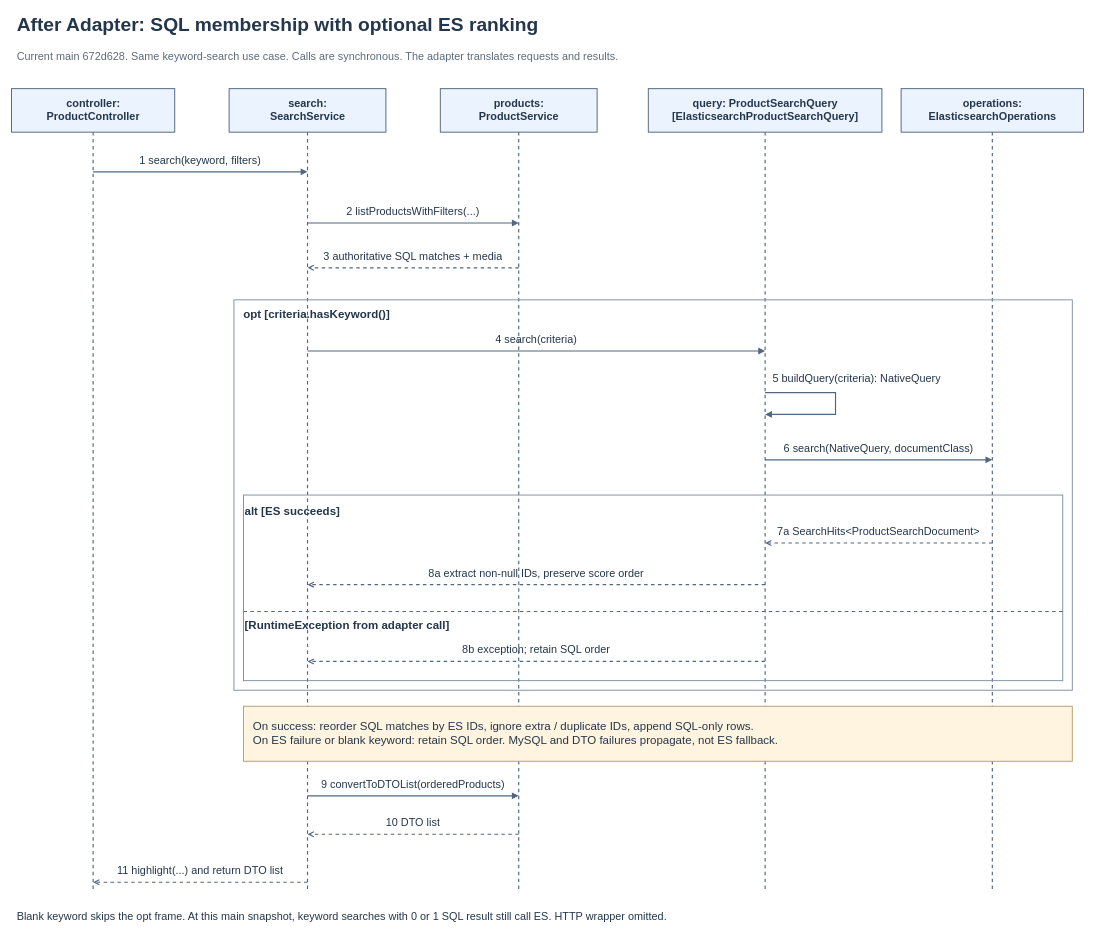
The draw.io diagram docs/design-patterns/diagrams/m2-adapter/04-after-sequence.drawio in NUS-SE-34FT-GROUP4/c2cTradePlatform, before the edit. Source tidied: cells renumbered, new cells numbered last; positions are measured from the earlier drawing's top-left corner, leaving out a move shared by most shapes. Both pictures are drawn from the tidied source at 64%, with x=0, y=0 at pixel (12, 11).
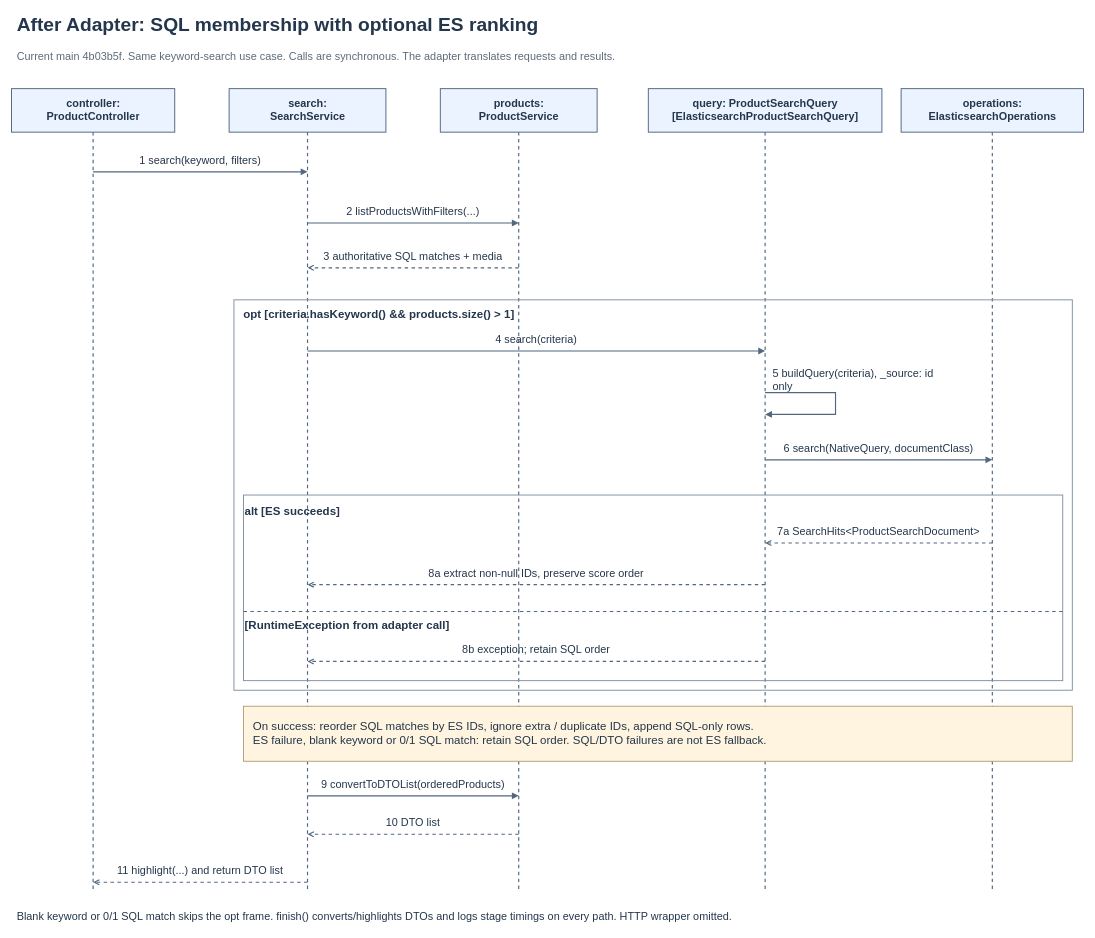
The same page after the edit.

Change to the diagram source:
```diff
@@
-    <mxCell id="3" value="Current main 672d628. Same keyword-search use case. Calls are synchronous. The adapter translates requests and results." style="text;html=0;whiteSpace=wrap;overflow=hidden;align=left;verticalAlign=middle;fontFamily=Arial;fontSize=17;fontStyle=0;fontColor=#5C6B7A;spacing=0;" parent="1" vertex="1">
+    <mxCell id="3" value="Current main 4b03b5f. Same keyword-search use case. Calls are synchronous. The adapter translates requests and results." style="text;html=0;whiteSpace=wrap;overflow=hidden;align=left;verticalAlign=middle;fontFamily=Arial;fontSize=17;fontStyle=0;fontColor=#5C6B7A;spacing=0;" parent="1" vertex="1">
       <mxGeometry x="8" y="48" width="1648" height="48" as="geometry" />
     </mxCell>
@@
-    <mxCell id="26" value="opt [criteria.hasKeyword()]" style="text;html=0;whiteSpace=wrap;overflow=hidden;align=left;verticalAlign=middle;fontFamily=Arial;fontSize=18;fontStyle=1;fontColor=#24364B;spacing=0;" parent="1" vertex="1">
-      <mxGeometry x="362" y="460" width="500" height="28" as="geometry" />
+    <mxCell id="26" value="opt [criteria.hasKeyword() &amp;&amp; products.size() &gt; 1]" style="text;html=0;whiteSpace=wrap;overflow=hidden;align=left;verticalAlign=middle;fontFamily=Arial;fontSize=18;fontStyle=1;fontColor=#24364B;spacing=0;" parent="1" vertex="1">
+      <mxGeometry x="362" y="460" width="900" height="28" as="geometry" />
     </mxCell>
@@
-    <mxCell id="30" value="5  buildQuery(criteria): NativeQuery" style="text;html=0;whiteSpace=wrap;overflow=hidden;align=left;verticalAlign=middle;fontFamily=Arial;fontSize=17;fontStyle=0;fontColor=#24364B;spacing=0;" parent="1" vertex="1">
+    <mxCell id="30" value="5  buildQuery(criteria), _source: id only" style="text;html=0;whiteSpace=wrap;overflow=hidden;align=left;verticalAlign=middle;fontFamily=Arial;fontSize=17;fontStyle=0;fontColor=#24364B;spacing=0;" parent="1" vertex="1">
       <mxGeometry x="1189" y="556" width="280" height="38" as="geometry" />
     </mxCell>
@@
-    <mxCell id="44" value="On success: reorder SQL matches by ES IDs, ignore extra / duplicate IDs, append SQL-only rows.&#10;On ES failure or blank keyword: retain SQL order. MySQL and DTO failures propagate, not ES fallback." style="text;html=0;whiteSpace=wrap;overflow=hidden;align=left;verticalAlign=middle;fontFamily=Arial;fontSize=18;fontStyle=0;fontColor=#24364B;spacing=0;" parent="1" vertex="1">
+    <mxCell id="44" value="On success: reorder SQL matches by ES IDs, ignore extra / duplicate IDs, append SQL-only rows.&#10;ES failure, blank keyword or 0/1 SQL match: retain SQL order. SQL/DTO failures are not ES fallback." style="text;html=0;whiteSpace=wrap;overflow=hidden;align=left;verticalAlign=middle;fontFamily=Arial;fontSize=18;fontStyle=0;fontColor=#24364B;spacing=0;" parent="1" vertex="1">
       <mxGeometry x="377" y="1095" width="1265" height="68" as="geometry" />
     </mxCell>
@@
-    <mxCell id="51" value="Blank keyword skips the opt frame. At this main snapshot, keyword searches with 0 or 1 SQL result still call ES. HTTP wrapper omitted." style="text;html=0;whiteSpace=wrap;overflow=hidden;align=left;verticalAlign=middle;fontFamily=Arial;fontSize=17;fontStyle=0;fontColor=#24364B;spacing=0;" parent="1" vertex="1">
+    <mxCell id="51" value="Blank keyword or 0/1 SQL match skips the opt frame. finish() converts/highlights DTOs and logs stage timings on every path. HTTP wrapper omitted." style="text;html=0;whiteSpace=wrap;overflow=hidden;align=left;verticalAlign=middle;fontFamily=Arial;fontSize=17;fontStyle=0;fontColor=#24364B;spacing=0;" parent="1" vertex="1">
       <mxGeometry x="8" y="1401" width="1650" height="30" as="geometry" />
     </mxCell>
```
